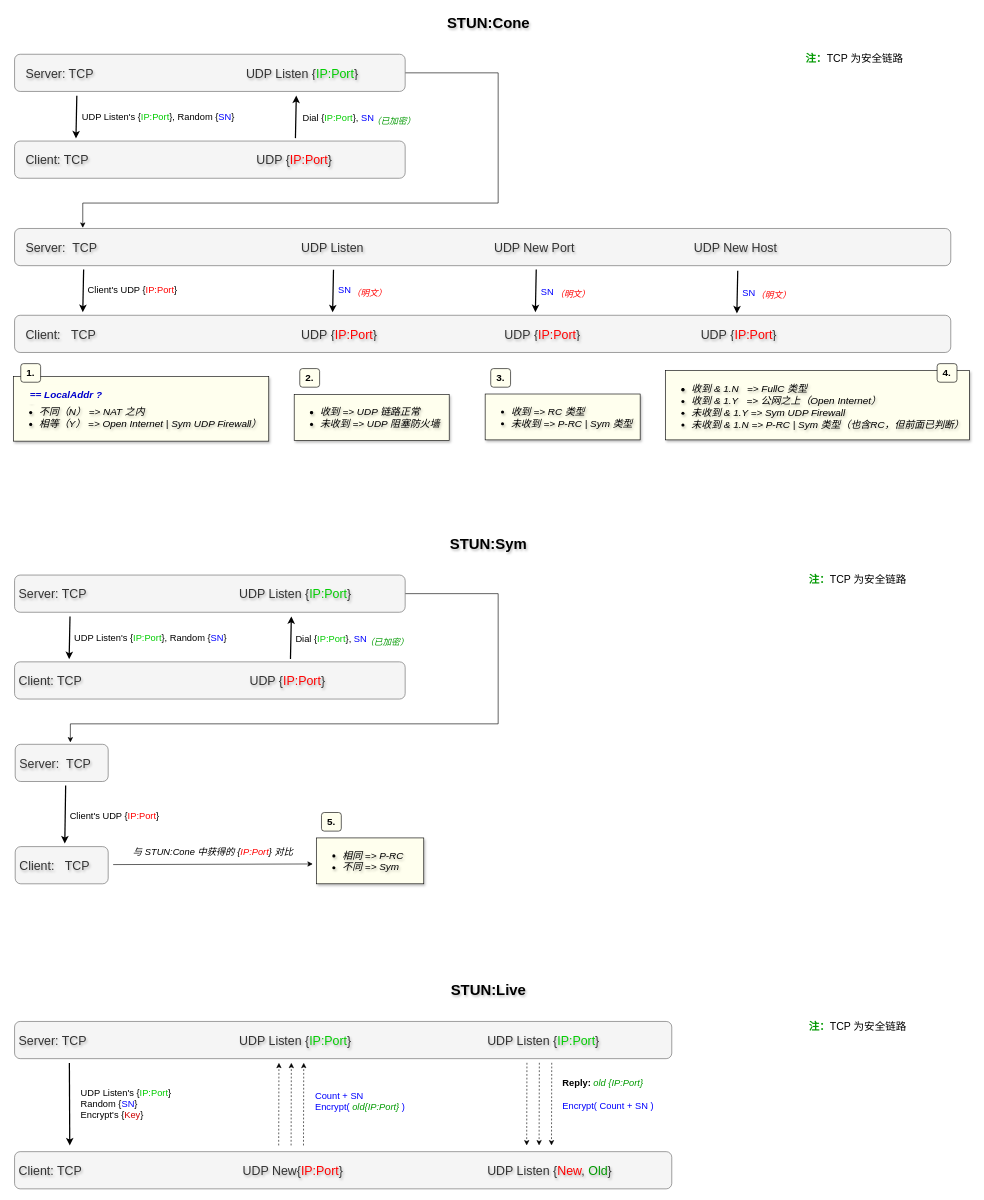
Above: docs/STUN.drawio in cxio/findings (draw.io), before the change. Source tidied: cells renumbered, new cells numbered last; positions are measured from the earlier drawing's top-left corner, leaving out a move shared by most shapes. Both pictures are drawn from the tidied source at 62%, with x=0, y=0 at pixel (13, 11).
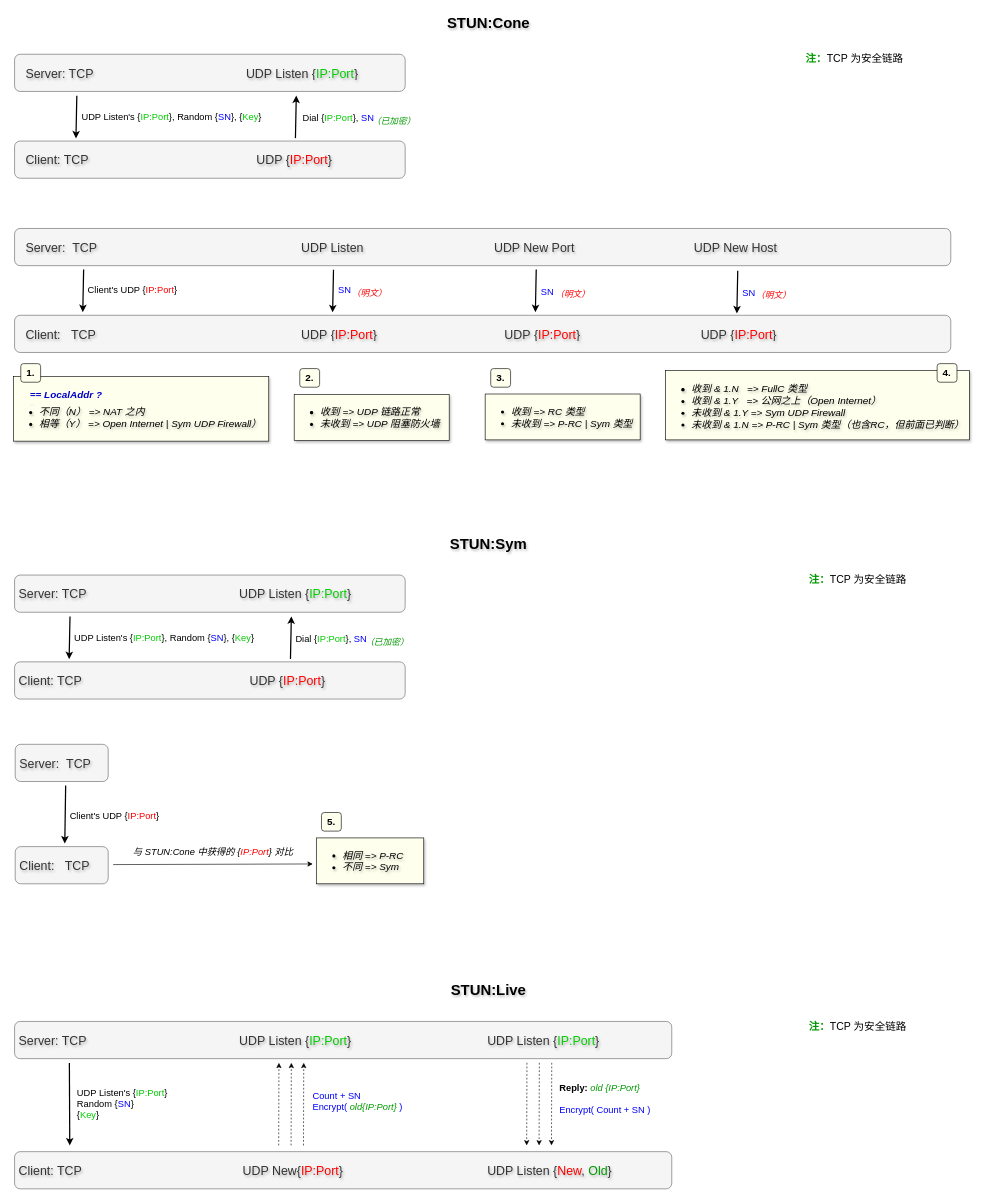
Above is the later version.

Unchanged cells that the change refers to:
```xml
<mxCell id="12" value="&lt;span style=&quot;font-size: 20px; text-wrap: nowrap;&quot;&gt;Server: TCP&lt;/span&gt;&lt;span style=&quot;font-size: 20px; white-space: pre;&quot;&gt;&#9;&lt;/span&gt;&lt;span style=&quot;font-size: 20px; white-space: pre;&quot;&gt;&#9;&lt;span style=&quot;white-space: pre;&quot;&gt;&#9;&#9;&#9;&lt;span style=&quot;white-space: pre;&quot;&gt;&#9;&lt;/span&gt;&lt;/span&gt;&lt;/span&gt;&lt;span style=&quot;font-size: 20px; text-wrap: nowrap;&quot;&gt;UDP Listen {&lt;/span&gt;&lt;font color=&quot;#00cc00&quot; style=&quot;font-size: 20px; text-wrap: nowrap;&quot;&gt;IP:Port&lt;/font&gt;&lt;span style=&quot;font-size: 20px; text-wrap: nowrap;&quot;&gt;}&lt;/span&gt;" style="rounded=1;whiteSpace=wrap;html=1;align=left;labelBorderColor=none;textShadow=1;spacingTop=0;spacingLeft=16;labelBackgroundColor=none;fillColor=#f5f5f5;fontColor=#333333;strokeColor=#666666;" parent="1" vertex="1">
  <mxGeometry x="2" y="70" width="630" height="60" as="geometry" />
</mxCell>
<mxCell id="30" value="&lt;span style=&quot;font-size: 20px; text-wrap: nowrap;&quot;&gt;Server: TCP&lt;/span&gt;&lt;span style=&quot;font-size: 20px; white-space: pre;&quot;&gt;&#9;&lt;/span&gt;&lt;span style=&quot;font-size: 20px; white-space: pre;&quot;&gt;&#9;&lt;span style=&quot;white-space: pre;&quot;&gt;&#9;&#9;&#9;&lt;span style=&quot;white-space: pre;&quot;&gt;&#9;&lt;/span&gt;&lt;/span&gt;&lt;/span&gt;&lt;span style=&quot;font-size: 20px; text-wrap: nowrap;&quot;&gt;UDP Listen {&lt;/span&gt;&lt;font color=&quot;#00cc00&quot; style=&quot;font-size: 20px; text-wrap: nowrap;&quot;&gt;IP:Port&lt;/font&gt;&lt;span style=&quot;font-size: 20px; text-wrap: nowrap;&quot;&gt;}&lt;/span&gt;" style="rounded=1;whiteSpace=wrap;html=1;align=left;labelBorderColor=none;textShadow=1;spacingTop=0;spacingLeft=5;fillColor=#f5f5f5;fontColor=#333333;strokeColor=#666666;" parent="1" vertex="1">
  <mxGeometry x="2" y="910" width="630" height="60" as="geometry" />
</mxCell>
```

The edit, as a diff of the source:
```diff
@@
-    <mxCell id="4" value="UDP Listen's {&lt;font style=&quot;font-size: 15px;&quot; color=&quot;#00cc00&quot;&gt;IP:Port&lt;/font&gt;}, Random {&lt;font style=&quot;font-size: 15px;&quot; color=&quot;#0000ff&quot;&gt;SN&lt;/font&gt;}" style="text;html=1;fontSize=15;fontStyle=0;verticalAlign=middle;align=center;fontColor=#000000;textShadow=0;labelBorderColor=none;whiteSpace=wrap;" parent="1" vertex="1">
-      <mxGeometry x="99" y="156" width="270" height="30" as="geometry" />
+    <mxCell id="4" value="UDP Listen's {&lt;font style=&quot;font-size: 15px;&quot; color=&quot;#00cc00&quot;&gt;IP:Port&lt;/font&gt;}, Random {&lt;font style=&quot;font-size: 15px;&quot; color=&quot;#0000ff&quot;&gt;SN&lt;/font&gt;},&amp;nbsp;&lt;span style=&quot;background-color: initial;&quot;&gt;{&lt;font color=&quot;#00cc00&quot;&gt;Key&lt;/font&gt;}&lt;/span&gt;" style="text;html=1;fontSize=15;fontStyle=0;verticalAlign=middle;align=center;fontColor=#000000;textShadow=0;labelBorderColor=none;whiteSpace=wrap;" parent="1" vertex="1">
+      <mxGeometry x="99" y="156" width="313" height="30" as="geometry" />
     </mxCell>
@@
-    <mxCell id="11" style="edgeStyle=orthogonalEdgeStyle;rounded=0;jettySize=auto;html=1;" parent="1" edge="1" source="12">
-      <mxGeometry relative="1" as="geometry">
-        <mxPoint x="112" y="350" as="targetPoint" />
-        <Array as="points">
-          <mxPoint x="782" y="100" />
-          <mxPoint x="782" y="310" />
-          <mxPoint x="112" y="310" />
-        </Array>
-      </mxGeometry>
-    </mxCell>
@@
-    <mxCell id="29" style="edgeStyle=orthogonalEdgeStyle;rounded=0;jettySize=auto;html=1;" parent="1" edge="1" source="30">
-      <mxGeometry relative="1" as="geometry">
-        <mxPoint x="92" y="1180" as="targetPoint" />
-        <Array as="points">
-          <mxPoint x="782" y="940" />
-          <mxPoint x="782" y="1150" />
-          <mxPoint x="92" y="1150" />
-        </Array>
-      </mxGeometry>
-    </mxCell>
@@
-    <mxCell id="37" value="UDP Listen's {&lt;font style=&quot;font-size: 15px;&quot; color=&quot;#00cc00&quot;&gt;IP:Port&lt;/font&gt;}, Random {&lt;font style=&quot;font-size: 15px;&quot; color=&quot;#0000ff&quot;&gt;SN&lt;/font&gt;}" style="text;html=1;fontSize=15;fontStyle=0;verticalAlign=middle;align=center;fontColor=#000000;textShadow=0;labelBorderColor=none;whiteSpace=wrap;" parent="1" vertex="1">
-      <mxGeometry x="91" y="996" width="261" height="30" as="geometry" />
-    </mxCell>
@@
-    <mxCell id="57" value="UDP Listen's {&lt;font style=&quot;font-size: 15px;&quot; color=&quot;#00cc00&quot;&gt;IP:Port&lt;/font&gt;}&lt;div style=&quot;text-align: left;&quot;&gt;Random {&lt;font style=&quot;font-size: 15px;&quot; color=&quot;#0000ff&quot;&gt;SN&lt;/font&gt;}&lt;/div&gt;&lt;div style=&quot;text-align: left;&quot;&gt;Encrypt's {&lt;span style=&quot;background-color: initial;&quot;&gt;&lt;font color=&quot;#cc0000&quot;&gt;Key&lt;/font&gt;}&lt;/span&gt;&lt;/div&gt;" style="text;html=1;fontSize=15;fontStyle=0;verticalAlign=middle;align=center;fontColor=#000000;textShadow=0;labelBorderColor=none;whiteSpace=wrap;" parent="1" vertex="1">
-      <mxGeometry x="92" y="1726" width="180" height="71" as="geometry" />
+    <mxCell id="57" value="UDP Listen's {&lt;font style=&quot;font-size: 15px;&quot; color=&quot;#00cc00&quot;&gt;IP:Port&lt;/font&gt;}&lt;div style=&quot;text-align: left;&quot;&gt;Random {&lt;font style=&quot;font-size: 15px;&quot; color=&quot;#0000ff&quot;&gt;SN&lt;/font&gt;}&lt;/div&gt;&lt;div style=&quot;text-align: left;&quot;&gt;{&lt;span style=&quot;background-color: initial;&quot;&gt;&lt;font color=&quot;#00cc00&quot;&gt;Key&lt;/font&gt;}&lt;/span&gt;&lt;/div&gt;" style="text;html=1;fontSize=15;fontStyle=0;verticalAlign=middle;align=center;fontColor=#000000;textShadow=0;labelBorderColor=none;whiteSpace=wrap;" parent="1" vertex="1">
+      <mxGeometry x="86" y="1726" width="180" height="71" as="geometry" />
     </mxCell>
     <mxCell id="58" value="&lt;span style=&quot;font-family: Helvetica; font-size: 15px; font-variant-ligatures: normal; font-variant-caps: normal; font-weight: 400; letter-spacing: normal; orphans: 2; text-indent: 0px; text-transform: none; widows: 2; word-spacing: 0px; -webkit-text-stroke-width: 0px; white-space: nowrap; text-decoration-thickness: initial; text-decoration-style: initial; text-decoration-color: initial; float: none; display: inline !important;&quot;&gt;&lt;span style=&quot;&quot;&gt;&lt;font color=&quot;#0000ff&quot;&gt;Count + SN&lt;/font&gt;&lt;/span&gt;&lt;/span&gt;&lt;div style=&quot;&quot;&gt;&lt;span style=&quot;font-family: Helvetica; font-size: 15px; font-variant-ligatures: normal; font-variant-caps: normal; font-weight: 400; letter-spacing: normal; orphans: 2; text-indent: 0px; text-transform: none; widows: 2; word-spacing: 0px; -webkit-text-stroke-width: 0px; white-space: nowrap; text-decoration-thickness: initial; text-decoration-style: initial; text-decoration-color: initial; float: none; display: inline !important;&quot;&gt;&lt;font color=&quot;#0000ff&quot;&gt;Encrypt(&amp;nbsp;&lt;/font&gt;&lt;font color=&quot;#009900&quot;&gt;&lt;i&gt;old{IP:Port}&lt;/i&gt;&lt;/font&gt;&lt;font color=&quot;#0000ff&quot;&gt;&amp;nbsp;)&lt;/font&gt;&lt;span style=&quot;&quot;&gt;&lt;font color=&quot;#0000ff&quot;&gt;&lt;br&gt;&lt;/font&gt;&lt;/span&gt;&lt;/span&gt;&lt;/div&gt;" style="text;whiteSpace=wrap;html=1;fontSize=15;align=left;labelBorderColor=none;textShadow=0;labelBackgroundColor=none;fontStyle=0;" parent="1" vertex="1">
-      <mxGeometry x="485" y="1734.8" width="160" height="53.5" as="geometry" />
+      <mxGeometry x="481" y="1734.8" width="160" height="53.5" as="geometry" />
     </mxCell>
@@
     <mxCell id="65" value="&lt;div&gt;&lt;span style=&quot;text-wrap: nowrap;&quot;&gt;&lt;b&gt;Reply:&lt;/b&gt;&lt;font color=&quot;#0000ff&quot;&gt; &lt;/font&gt;&lt;i style=&quot;&quot;&gt;&lt;font color=&quot;#009900&quot;&gt;old {IP:Port}&lt;/font&gt;&lt;/i&gt;&lt;/span&gt;&lt;/div&gt;&lt;div&gt;&lt;span style=&quot;text-wrap: nowrap;&quot;&gt;&lt;i style=&quot;&quot;&gt;&lt;font color=&quot;#009900&quot;&gt;&lt;br&gt;&lt;/font&gt;&lt;/i&gt;&lt;/span&gt;&lt;/div&gt;&lt;div style=&quot;&quot;&gt;&lt;span style=&quot;font-family: Helvetica; font-size: 15px; font-variant-ligatures: normal; font-variant-caps: normal; font-weight: 400; letter-spacing: normal; orphans: 2; text-indent: 0px; text-transform: none; widows: 2; word-spacing: 0px; -webkit-text-stroke-width: 0px; white-space: nowrap; text-decoration-thickness: initial; text-decoration-style: initial; text-decoration-color: initial; float: none; display: inline !important;&quot;&gt;&lt;font color=&quot;#0000ff&quot;&gt;Encrypt( Count + SN&lt;/font&gt;&lt;font color=&quot;#0000ff&quot;&gt;&amp;nbsp;)&lt;/font&gt;&lt;span style=&quot;&quot;&gt;&lt;font color=&quot;#0000ff&quot;&gt;&lt;br&gt;&lt;/font&gt;&lt;/span&gt;&lt;/span&gt;&lt;/div&gt;" style="text;whiteSpace=wrap;html=1;fontSize=15;align=left;labelBorderColor=none;textShadow=0;labelBackgroundColor=none;fontStyle=0;" parent="1" vertex="1">
-      <mxGeometry x="884" y="1713.8" width="160" height="75.2" as="geometry" />
+      <mxGeometry x="879" y="1720.8" width="160" height="75.2" as="geometry" />
     </mxCell>
+    <mxCell id="66" value="UDP Listen's {&lt;font style=&quot;font-size: 15px;&quot; color=&quot;#00cc00&quot;&gt;IP:Port&lt;/font&gt;}, Random {&lt;font style=&quot;font-size: 15px;&quot; color=&quot;#0000ff&quot;&gt;SN&lt;/font&gt;},&amp;nbsp;&lt;span style=&quot;background-color: initial;&quot;&gt;{&lt;font color=&quot;#00cc00&quot;&gt;Key&lt;/font&gt;}&lt;/span&gt;" style="text;html=1;fontSize=15;fontStyle=0;verticalAlign=middle;align=center;fontColor=#000000;textShadow=0;labelBorderColor=none;whiteSpace=wrap;" parent="1" vertex="1">
+      <mxGeometry x="87" y="996" width="313" height="30" as="geometry" />
+    </mxCell>
```
